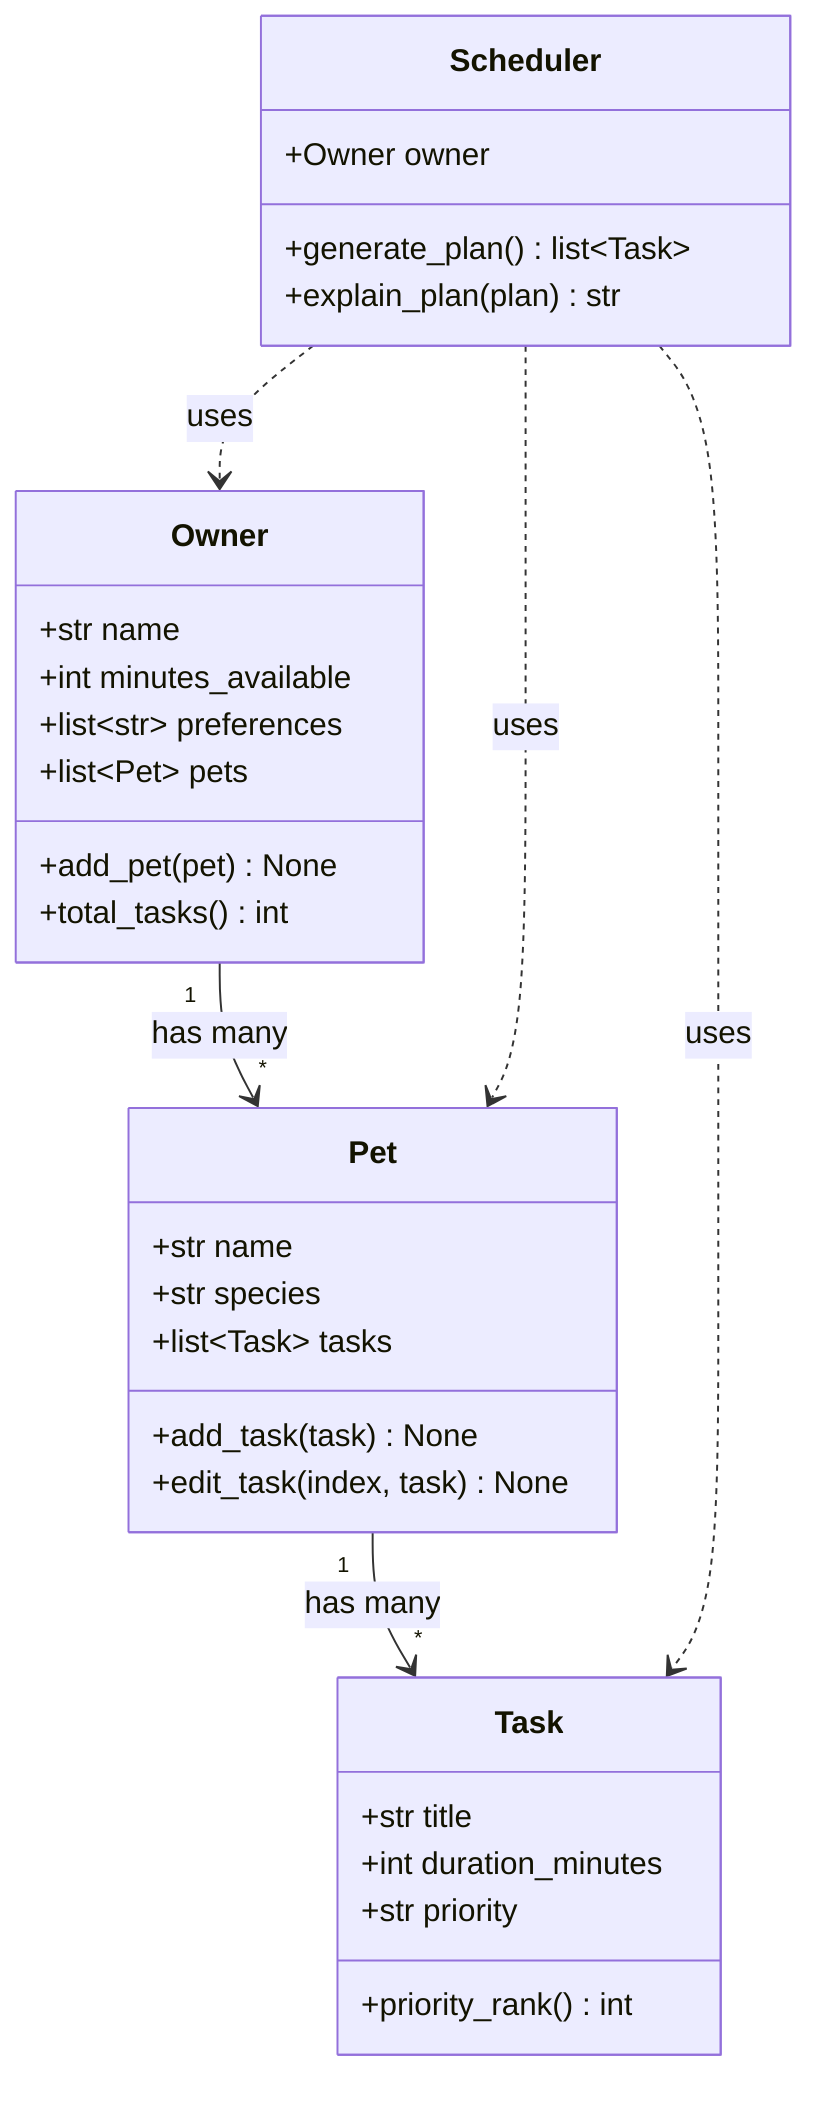
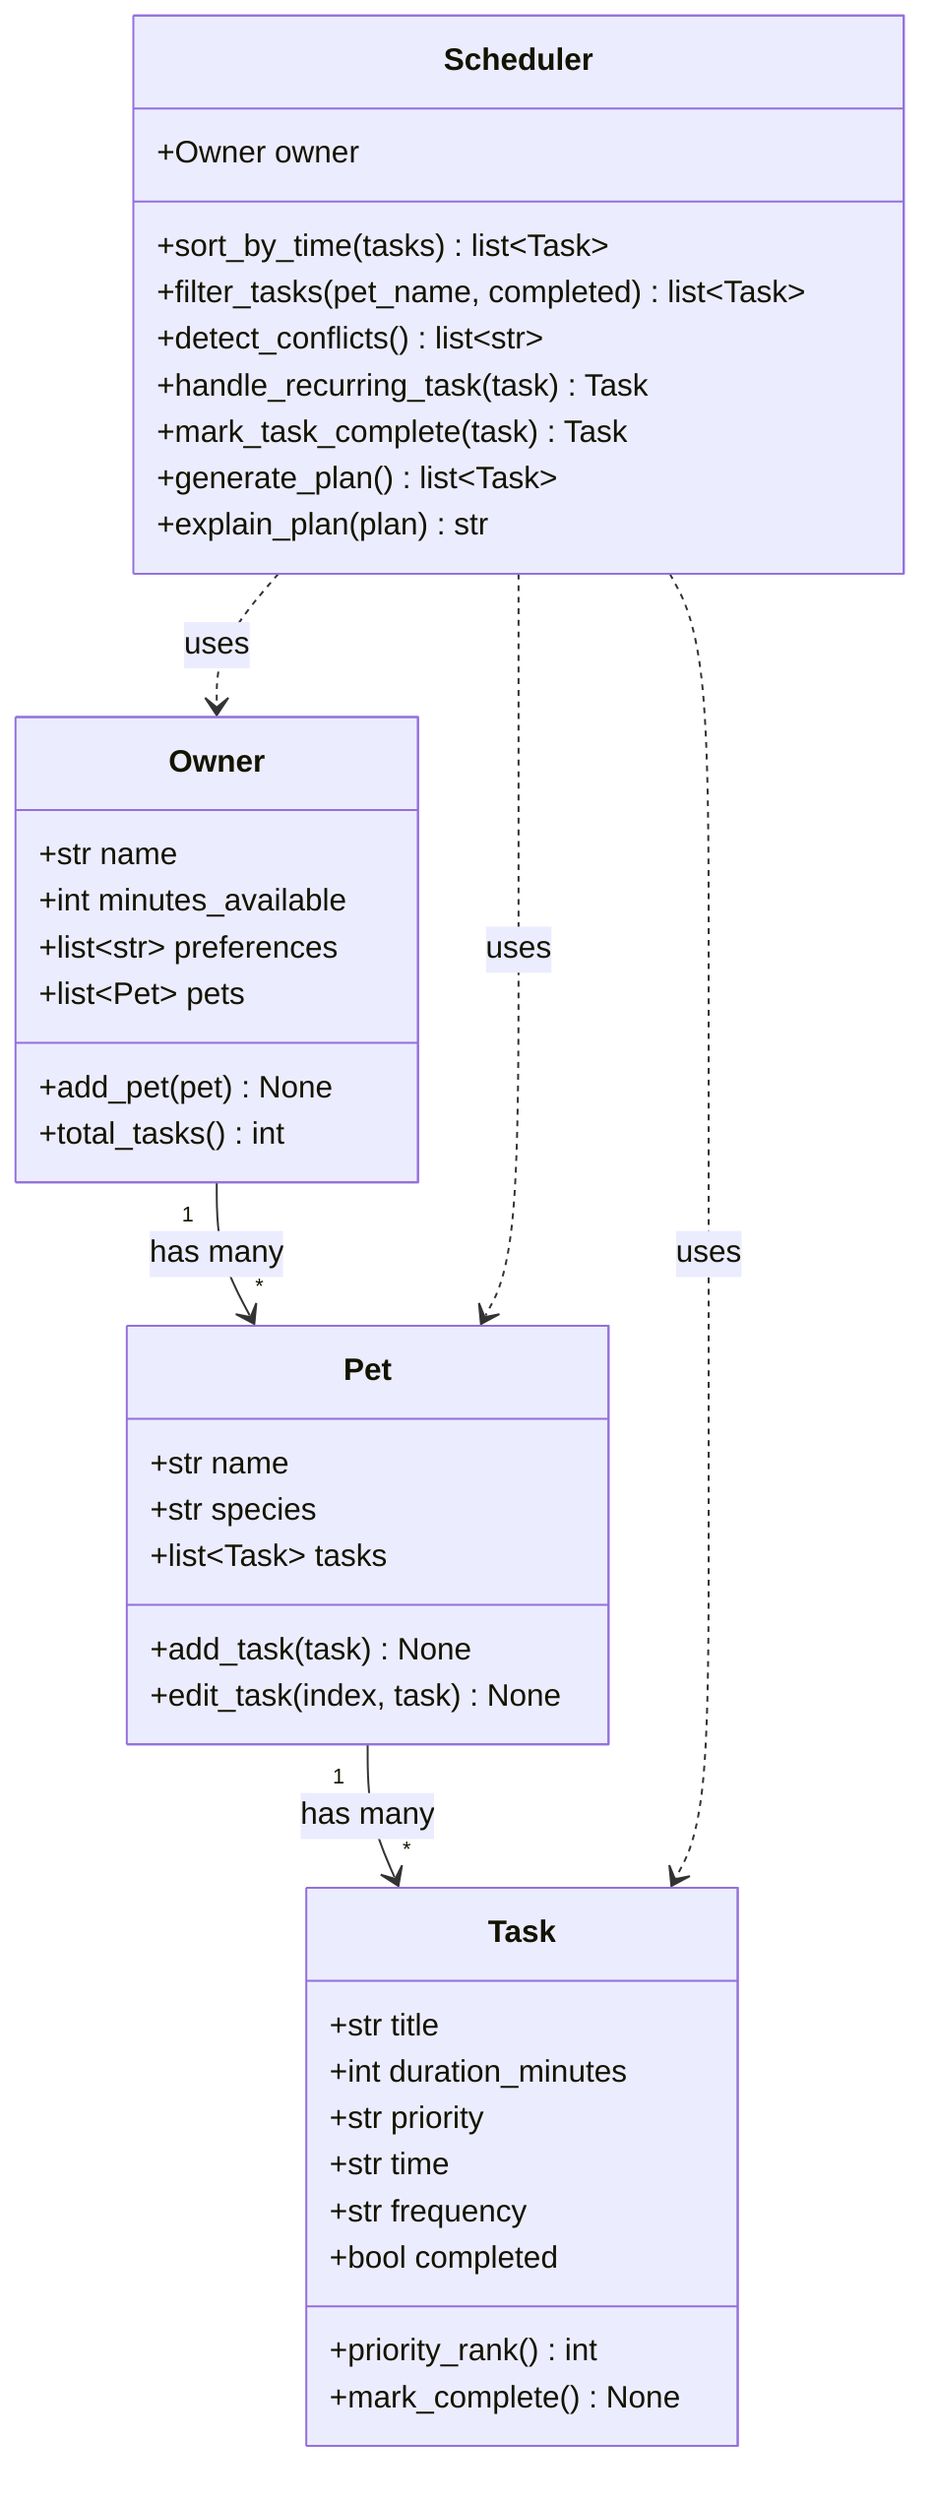
classDiagram
-     %% PawPal+ Phase 1 draft UML.
+     %% PawPal+ final UML — matches the implementation in pawpal_system.py.
    %% Owner has many Pets, Pet has many Tasks, Scheduler uses all three to build a daily plan.

    class Owner {
        +str name
        +int minutes_available
        +list~str~ preferences
        +list~Pet~ pets
        +add_pet(pet) None
        +total_tasks() int
    }

    class Pet {
        +str name
        +str species
        +list~Task~ tasks
        +add_task(task) None
        +edit_task(index, task) None
    }

    class Task {
        +str title
        +int duration_minutes
        +str priority
+         +str time
+         +str frequency
+         +bool completed
        +priority_rank() int
+         +mark_complete() None
    }

    class Scheduler {
        +Owner owner
+         +sort_by_time(tasks) list~Task~
+         +filter_tasks(pet_name, completed) list~Task~
+         +detect_conflicts() list~str~
+         +handle_recurring_task(task) Task
+         +mark_task_complete(task) Task
        +generate_plan() list~Task~
        +explain_plan(plan) str
    }

    Owner "1" --> "*" Pet : has many
    Pet "1" --> "*" Task : has many
    Scheduler ..> Owner : uses
    Scheduler ..> Pet : uses
    Scheduler ..> Task : uses
